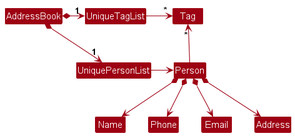
nus-cs2103-AY2324S2/tp keeps this PlantUML diagram as docs/images/BetterModelClassDiagram.png. Above is the earlier version.
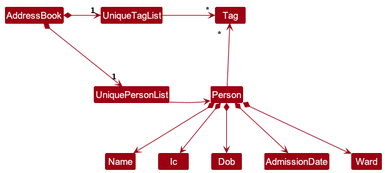
The same diagram one commit later.

What changed in the source:
```diff
@@ -15,7 +15,8 @@
 Person -up-> "*" Tag
 
 Person *--> Name
-Person *--> Phone
-Person *--> Email
-Person *--> Address
+Person *--> Ic
+Person *--> Dob
+Person *--> AdmissionDate
+Person *--> Ward
 @enduml
```
